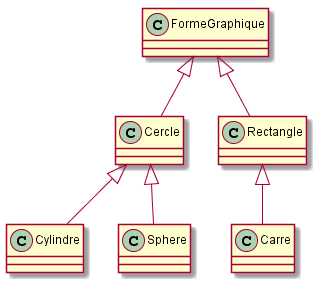
Before: POO/images/tp7.1.png, a diagram exported from PlantUML (IUT-Blagnac/POO). Its diagram source:
```plantuml
@startuml
skinparam classAttributeIconSize 0

class FormeGraphique {
}

class Cercle	 {
}

class Cylindre {
}

class  Sphere {
}

class  Rectangle {
}

class  Carre {
}

FormeGraphique <|-- Cercle
Cercle <|-- Cylindre
Cercle <|-- Sphere
FormeGraphique <|-- Rectangle
Rectangle <|-- Carre


@enduml
```
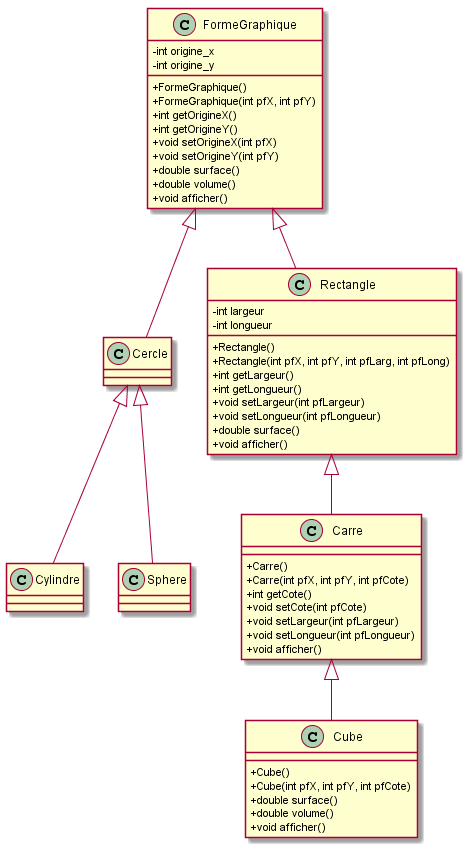
The same diagram one commit later.

The edit, as a diff of the source:
```diff
@@ -2,6 +2,17 @@
 skinparam classAttributeIconSize 0
 
 class FormeGraphique {
+	-int origine_x
+	-int origine_y
+	+FormeGraphique()
+	+FormeGraphique(int pfX, int pfY)
+	+int getOrigineX()
+	+int getOrigineY()
+	+void setOrigineX(int pfX)
+	+void setOrigineY(int pfY)
+	+double surface()
+	+double volume()
+	+void afficher()
 }
 
 class Cercle	 {
@@ -14,9 +25,34 @@
 }
 
 class  Rectangle {
+	-int largeur
+	-int longueur
+	+Rectangle()
+	+Rectangle(int pfX, int pfY, int pfLarg, int pfLong)
+	+int getLargeur()
+	+int getLongueur()
+	+void setLargeur(int pfLargeur)
+	+void setLongueur(int pfLongueur)
+	+double surface()
+	+void afficher()
 }
 
 class  Carre {
+	+Carre()
+	+Carre(int pfX, int pfY, int pfCote)
+	+int getCote()
+	+void setCote(int pfCote)
+	+void setLargeur(int pfLargeur)
+	+void setLongueur(int pfLongueur)
+	+void afficher()
+}
+
+class Cube {
+	+Cube()
+	+Cube(int pfX, int pfY, int pfCote)
+	+double surface()
+	+double volume()
+	+void afficher()
 }
 
 FormeGraphique <|-- Cercle
@@ -24,6 +60,7 @@
 Cercle <|-- Sphere
 FormeGraphique <|-- Rectangle
 Rectangle <|-- Carre
+Carre <|--  Cube
 
 
 @enduml
```
